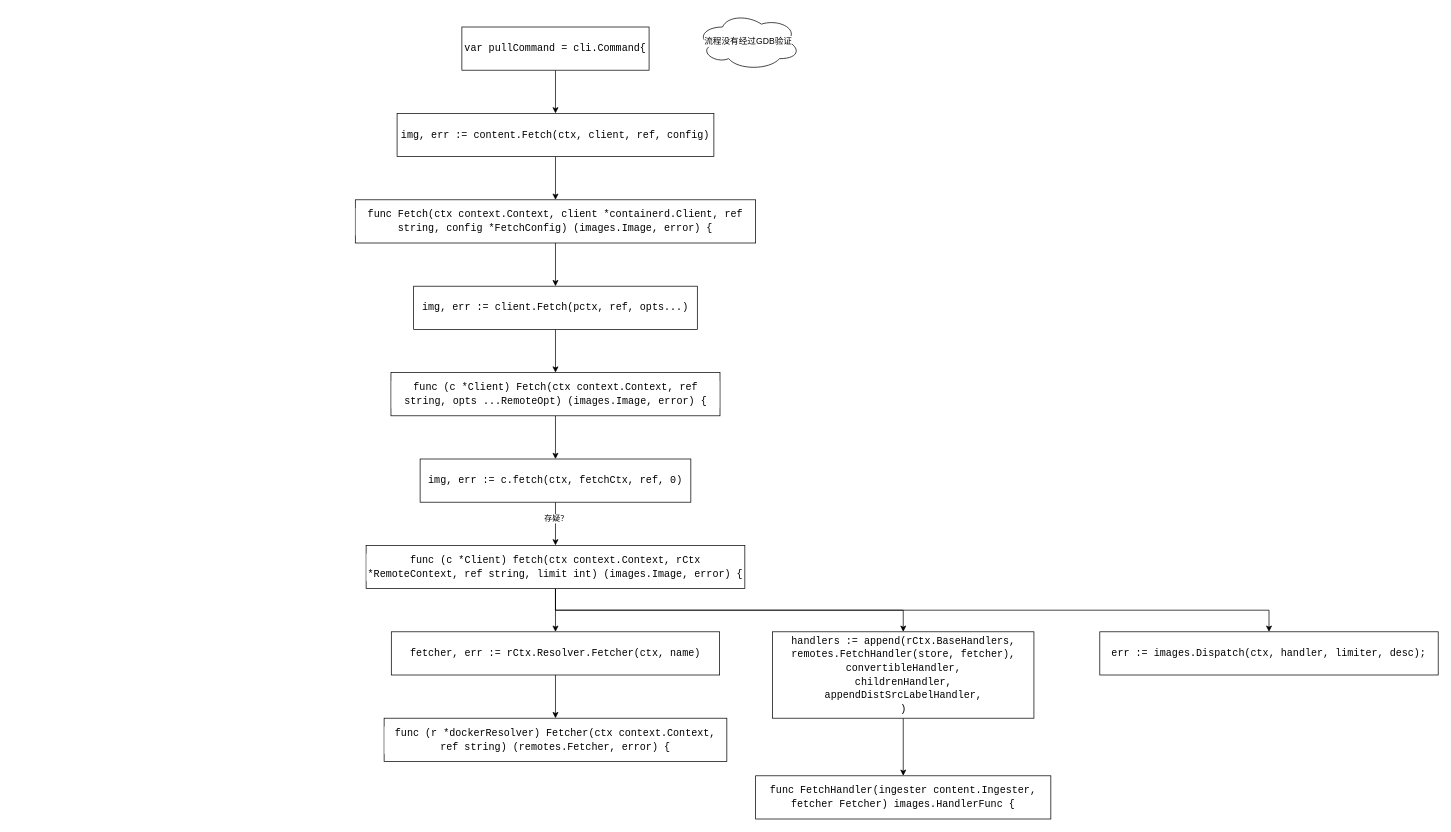
CongMinYin/flow keeps this draw.io diagram as page "containerd" (4 of 4) of Ceph Librbd PWL .drawio. Above is the earlier version. Source tidied: cells renumbered, new cells numbered last; positions are measured from the earlier drawing's top-left corner, leaving out a move shared by most shapes. Both pictures are drawn from the tidied source at 72%, with x=0, y=0 at pixel (355, 12).
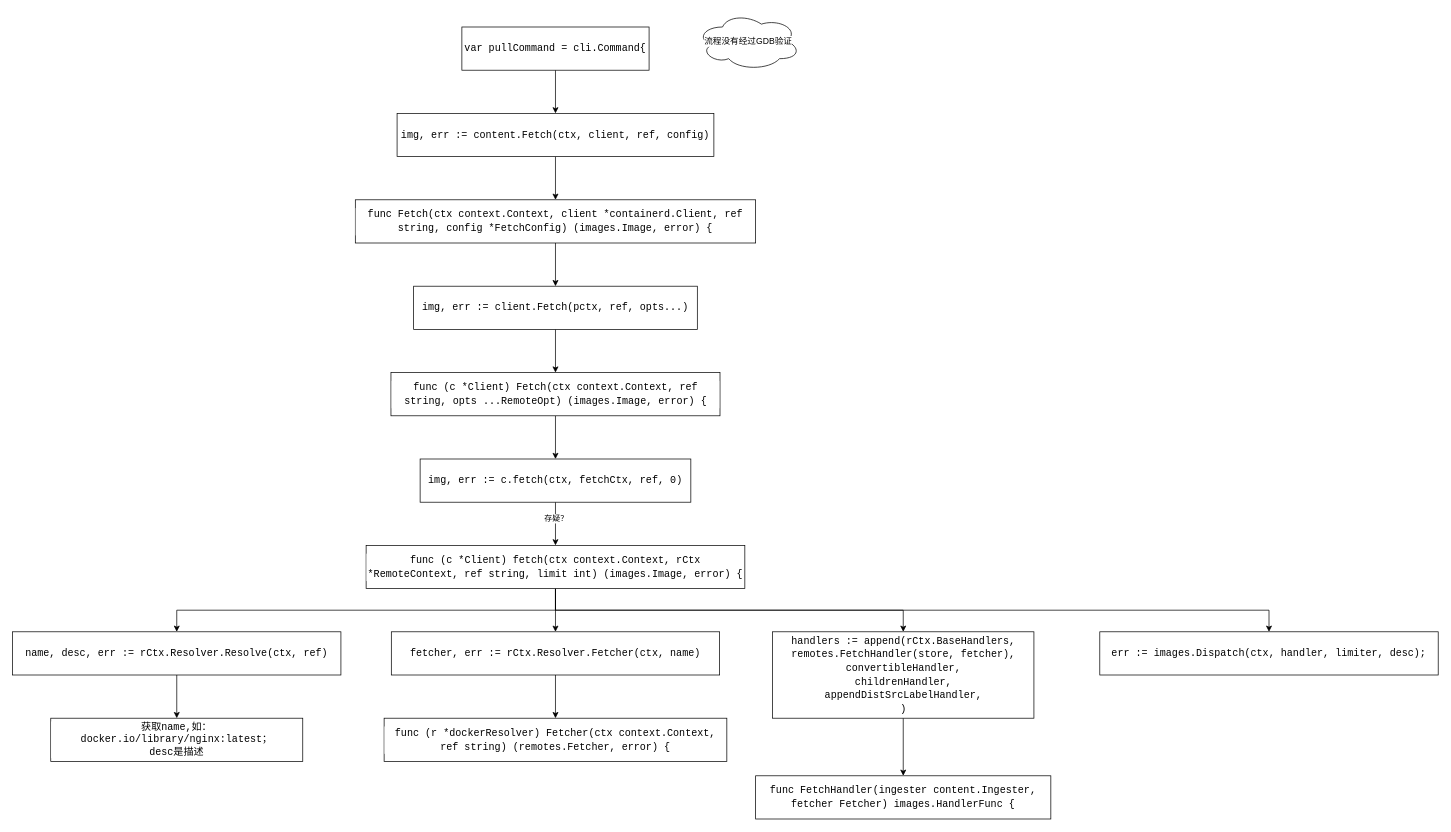
Above is the later version.

Unchanged cells that the change refers to:
```xml
<mxCell id="9" value="&lt;div style=&quot;font-family: &amp;quot;Droid Sans Mono&amp;quot;, monospace, monospace, &amp;quot;Droid Sans Fallback&amp;quot;; font-size: 14px; line-height: 19px;&quot;&gt;&lt;span style=&quot;&quot;&gt;func&lt;/span&gt; (c *Client) &lt;span style=&quot;&quot;&gt;fetch&lt;/span&gt;(ctx context.Context, rCtx *RemoteContext, ref &lt;span style=&quot;&quot;&gt;string&lt;/span&gt;, limit &lt;span style=&quot;&quot;&gt;int&lt;/span&gt;) (images.Image, &lt;span style=&quot;&quot;&gt;error&lt;/span&gt;) {&lt;/div&gt;" style="rounded=0;whiteSpace=wrap;html=1;labelBackgroundColor=default;fontColor=#000000;" parent="1" vertex="1">
  <mxGeometry x="15" y="740" width="526" height="60" as="geometry" />
</mxCell>
```

The edit, as a diff of the source:
```diff
@@
+    <mxCell id="27" style="edgeStyle=orthogonalEdgeStyle;rounded=0;jettySize=auto;html=1;exitX=0.5;exitY=1;exitDx=0;exitDy=0;labelBackgroundColor=default;fontColor=#000000;" parent="1" edge="1" source="9" target="29">
+      <mxGeometry relative="1" as="geometry" />
+    </mxCell>
@@
+    <mxCell id="28" style="edgeStyle=orthogonalEdgeStyle;rounded=0;jettySize=auto;html=1;exitX=0.5;exitY=1;exitDx=0;exitDy=0;labelBackgroundColor=default;fontColor=#000000;" parent="1" edge="1" source="29" target="30">
+      <mxGeometry relative="1" as="geometry" />
+    </mxCell>
+    <mxCell id="29" value="&lt;div style=&quot;line-height: 19px;&quot;&gt;&lt;font face=&quot;Droid Sans Mono, monospace, monospace, Droid Sans Fallback&quot;&gt;&lt;span style=&quot;font-size: 14px;&quot;&gt;name, desc, err := rCtx.Resolver.Resolve(ctx, ref)&lt;/span&gt;&lt;/font&gt;&lt;br&gt;&lt;/div&gt;" style="rounded=0;whiteSpace=wrap;html=1;labelBackgroundColor=default;fontColor=#000000;" parent="1" vertex="1">
+      <mxGeometry x="-476" y="860" width="456" height="60" as="geometry" />
+    </mxCell>
+    <mxCell id="30" value="&lt;div style=&quot;line-height: 19px;&quot;&gt;&lt;/div&gt;&lt;font face=&quot;Droid Sans Mono, monospace, monospace, Droid Sans Fallback&quot;&gt;&lt;span style=&quot;font-size: 14px;&quot;&gt;获取name,如：docker.io/library/nginx:latest；&lt;br&gt;desc是描述&lt;br&gt;&lt;/span&gt;&lt;/font&gt;" style="rounded=0;whiteSpace=wrap;html=1;labelBackgroundColor=default;fontColor=#000000;" parent="1" vertex="1">
+      <mxGeometry x="-423" y="980" width="350" height="60" as="geometry" />
+    </mxCell>
```
